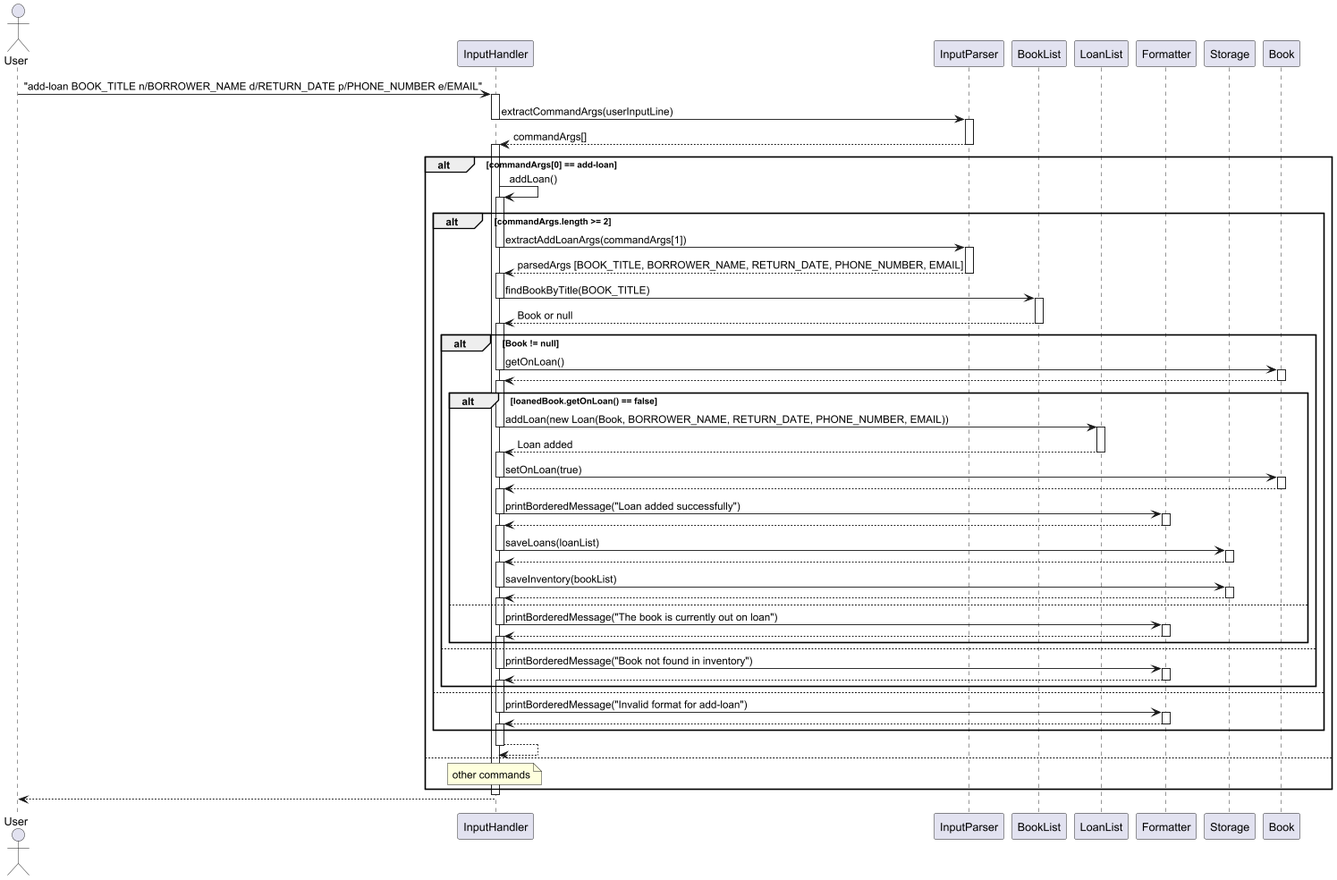
The PlantUML diagram docs/images/addLoan.png in AY2425S2-CS2113-T12-2/tp, before a commit.
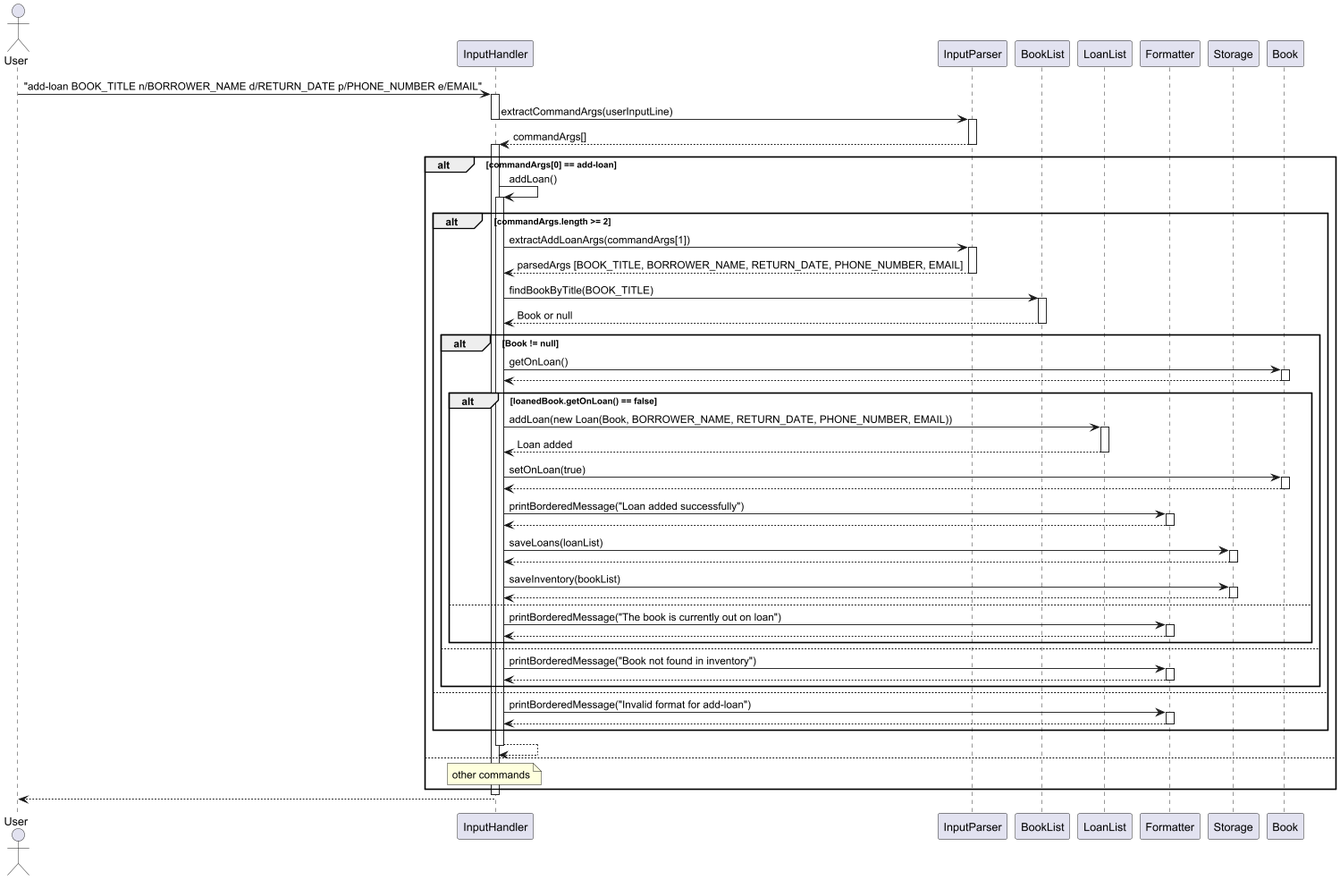
The same diagram one commit later.

Commit message:
Fix broken activation bar in add-loan Sequence Diagram

Diff of the diagram source:
```diff
@@ -24,96 +24,74 @@
 
 alt commandArgs.length >= 2
     InputHandler -> InputParser: extractAddLoanArgs(commandArgs[1])
-    deactivate InputHandler
     activate InputParser
 
     InputParser --> InputHandler: parsedArgs [BOOK_TITLE, BORROWER_NAME, RETURN_DATE, PHONE_NUMBER, EMAIL]
     deactivate InputParser
-    activate InputHandler
 
     InputHandler -> BookList: findBookByTitle(BOOK_TITLE)
-    deactivate InputHandler
     activate BookList
 
     BookList --> InputHandler: Book or null
     deactivate BookList
-    activate InputHandler
 
     alt Book != null
         InputHandler -> Book: getOnLoan()
-        deactivate InputHandler
         activate Book
 
         Book --> InputHandler
         deactivate Book
-        activate InputHandler
 
         alt loanedBook.getOnLoan() == false
             InputHandler -> LoanList: addLoan(new Loan(Book, BORROWER_NAME, RETURN_DATE, PHONE_NUMBER, EMAIL))
-            deactivate InputHandler
             activate LoanList
             LoanList --> InputHandler: Loan added
             deactivate LoanList
-            activate InputHandler
 
             InputHandler -> Book: setOnLoan(true)
-            deactivate InputHandler
             activate Book
 
             Book --> InputHandler
             deactivate Book
-            activate InputHandler
 
             InputHandler -> Formatter: printBorderedMessage("Loan added successfully")
-            deactivate InputHandler
             activate Formatter
 
             Formatter --> InputHandler
             deactivate Formatter
-            activate InputHandler
 
             InputHandler -> Storage: saveLoans(loanList)
-            deactivate InputHandler
             activate Storage
 
             Storage --> InputHandler
             deactivate Storage
-            activate InputHandler
 
             InputHandler -> Storage: saveInventory(bookList)
-            deactivate InputHandler
             activate Storage
 
             Storage --> InputHandler
             deactivate Storage
-            activate InputHandler
 
         else
             InputHandler -> Formatter: printBorderedMessage("The book is currently out on loan")
-            deactivate InputHandler
             activate Formatter
 
             Formatter --> InputHandler
             deactivate Formatter
-            activate InputHandler
         end
     else
         InputHandler -> Formatter: printBorderedMessage("Book not found in inventory")
-        deactivate InputHandler
         activate Formatter
 
         Formatter --> InputHandler
         deactivate Formatter
-        activate InputHandler
     end
 
     else
         InputHandler -> Formatter: printBorderedMessage("Invalid format for add-loan")
-        deactivate InputHandler
         activate Formatter
         Formatter --> InputHandler
         deactivate Formatter
-        activate InputHandler
     end
 
 InputHandler --> InputHandler
```
